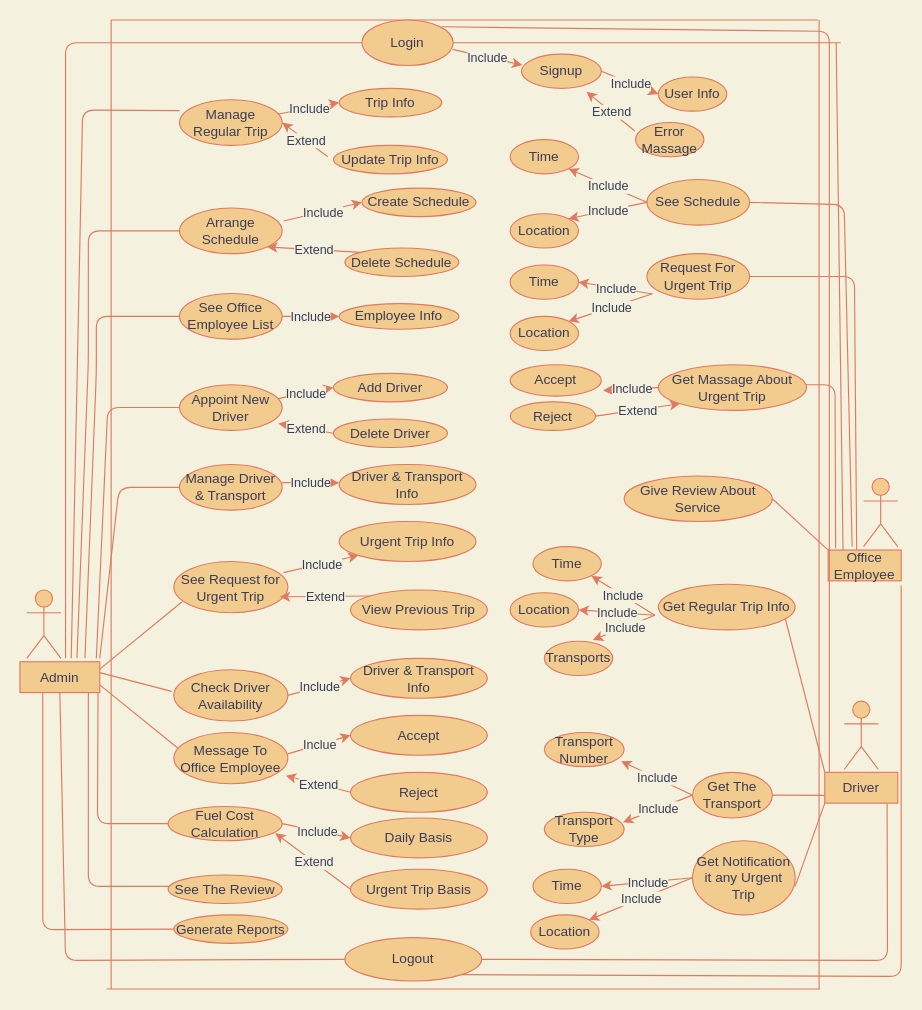
SHIMAISRAFIL/Transport-Schedule keeps this draw.io diagram as Untitled Diagram.drawio. Above is the earlier version. Source tidied: cells renumbered, new cells numbered last; positions are measured from the earlier drawing's top-left corner, leaving out a move shared by most shapes. Both pictures are drawn from the tidied source at 114%, with x=0, y=0 at pixel (19, 19).
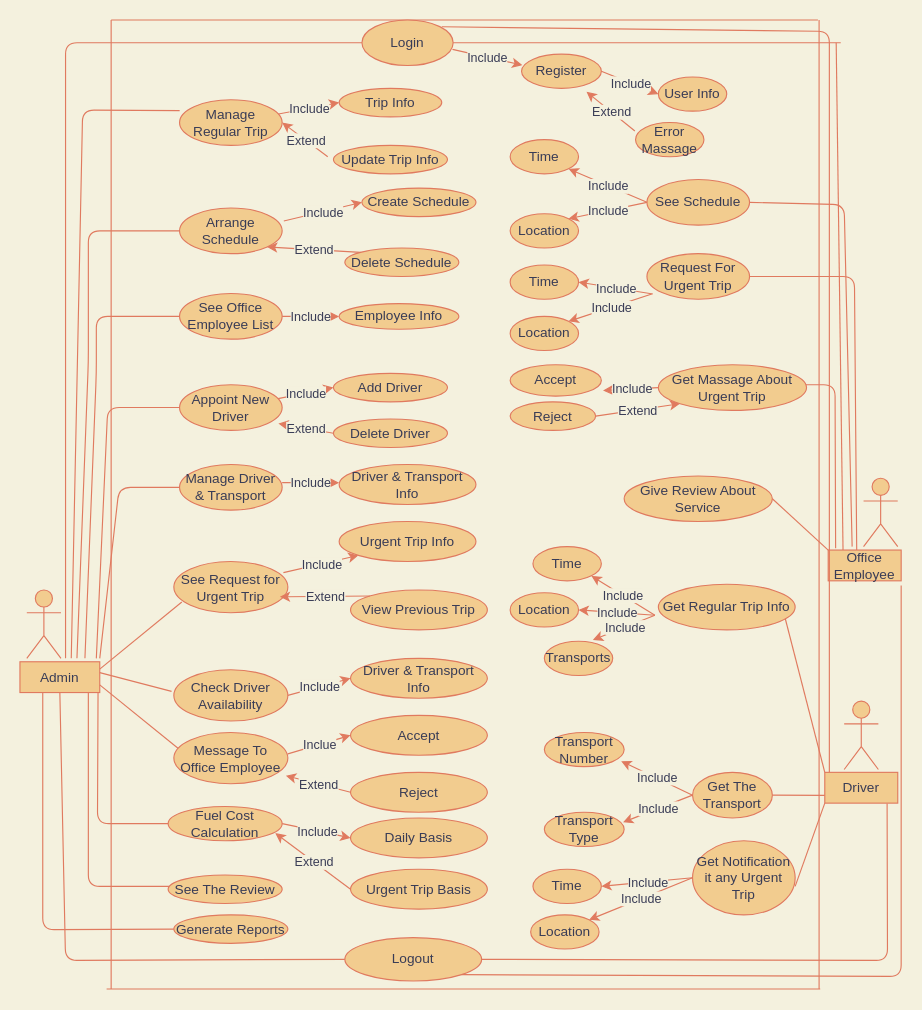
After the change.

Commit message:
Use Case Diagram.drawio

The edit, as a diff of the source:
```diff
@@
-    <mxCell id="16" value="Signup" style="ellipse;whiteSpace=wrap;html=1;fillColor=#F2CC8F;strokeColor=#E07A5F;fontColor=#393C56;" parent="1" vertex="1">
+    <mxCell id="16" value="Register" style="ellipse;whiteSpace=wrap;html=1;fillColor=#F2CC8F;strokeColor=#E07A5F;fontColor=#393C56;" parent="1" vertex="1">
       <mxGeometry x="440" y="30" width="70" height="30" as="geometry" />
     </mxCell>
```
